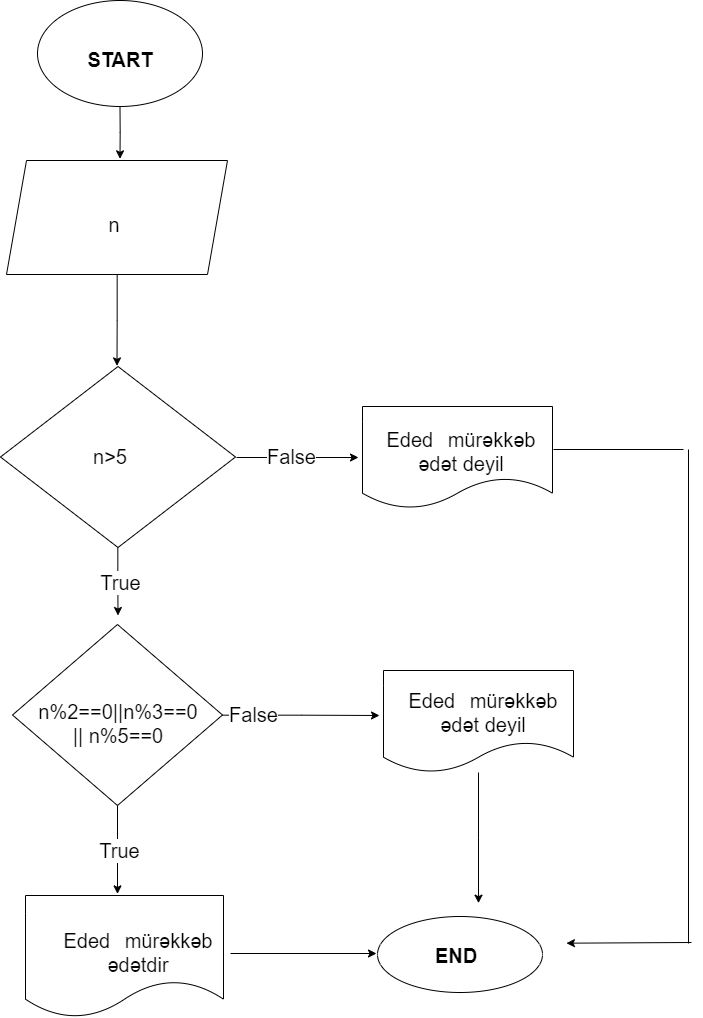
This is Tasklar/Task-5.png from xasiyevsamir/G.Task-3, a draw.io export, as it was before one commit. Source tidied: cells renumbered, new cells last; positions are measured from the earlier drawing's top-left corner, leaving out a move shared by most shapes.
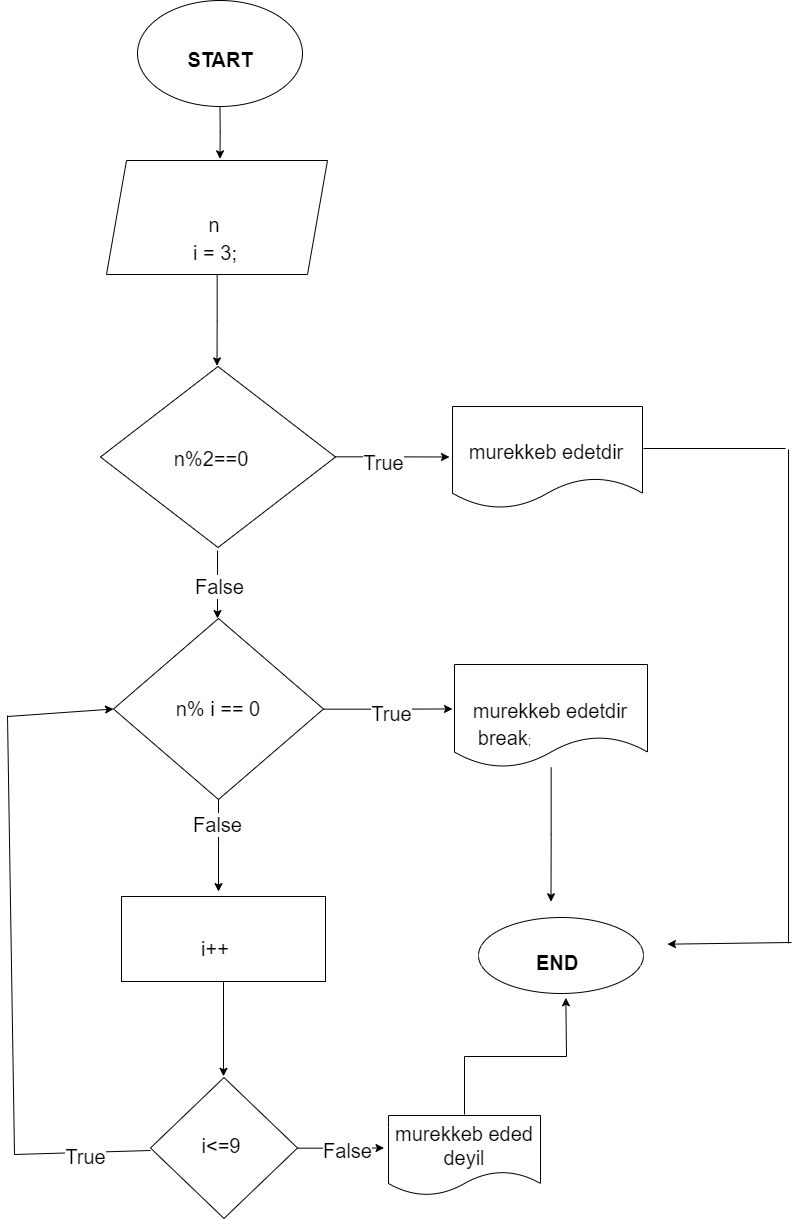
The same file after the commit.

Change to the diagram source:
```diff
@@ -22,100 +22,75 @@
       <mxGeometry x="6" y="160" width="221" height="114" as="geometry" />
     </mxCell>
     <mxCell id="7" style="ellipse;whiteSpace=wrap;html=1;" parent="1" vertex="1">
-      <mxGeometry x="377" y="916" width="165" height="76" as="geometry" />
+      <mxGeometry x="378" y="917" width="165" height="76" as="geometry" />
     </mxCell>
     <mxCell id="8" value="&lt;font style=&quot;font-size: 20px;&quot;&gt;&lt;b&gt;END&lt;/b&gt;&lt;/font&gt;" style="text;html=1;strokeColor=none;fillColor=none;align=center;verticalAlign=middle;whiteSpace=wrap;rounded=0;" parent="1" vertex="1">
-      <mxGeometry x="426" y="940" width="60" height="30" as="geometry" />
+      <mxGeometry x="427" y="947" width="60" height="30" as="geometry" />
     </mxCell>
     <mxCell id="9" style="edgeStyle=orthogonalEdgeStyle;rounded=0;orthogonalLoop=1;jettySize=auto;html=1;exitX=0.5;exitY=1;exitDx=0;exitDy=0;" parent="1" edge="1" source="8" target="8">
       <mxGeometry relative="1" as="geometry" />
     </mxCell>
-    <mxCell id="10" style="edgeStyle=orthogonalEdgeStyle;rounded=0;jettySize=auto;html=1;" parent="1" edge="1" source="12">
+    <mxCell id="10" style="edgeStyle=orthogonalEdgeStyle;rounded=0;orthogonalLoop=1;jettySize=auto;html=1;" parent="1" edge="1">
       <mxGeometry relative="1" as="geometry">
-        <mxPoint x="117.5" y="615" as="targetPoint" />
+        <mxPoint x="117" y="550" as="sourcePoint" />
+        <mxPoint x="117" y="618" as="targetPoint" />
       </mxGeometry>
     </mxCell>
-    <mxCell id="11" value="&lt;font style=&quot;font-size: 20px;&quot;&gt;True&lt;/font&gt;" style="edgeLabel;html=1;align=center;verticalAlign=middle;" parent="10" vertex="1">
+    <mxCell id="11" value="&lt;font style=&quot;font-size: 20px;&quot;&gt;False&lt;/font&gt;" style="edgeLabel;html=1;align=center;verticalAlign=middle;" parent="10" vertex="1">
       <mxGeometry x="0.01" relative="1" as="geometry">
         <mxPoint y="1" as="offset" />
       </mxGeometry>
     </mxCell>
+    <mxCell id="34" style="edgeStyle=orthogonalEdgeStyle;rounded=0;jettySize=auto;html=1;" parent="1" edge="1" source="12">
+      <mxGeometry relative="1" as="geometry">
+        <mxPoint x="349" y="456.5" as="targetPoint" />
+      </mxGeometry>
+    </mxCell>
+    <mxCell id="35" value="&lt;font style=&quot;font-size: 20px;&quot;&gt;True&lt;br&gt;&lt;/font&gt;" style="edgeLabel;html=1;align=center;verticalAlign=middle;" parent="34" vertex="1">
+      <mxGeometry x="-0.2" y="-4" relative="1" as="geometry" />
+    </mxCell>
     <mxCell id="12" style="rhombus;whiteSpace=wrap;html=1;" parent="1" vertex="1">
       <mxGeometry y="366" width="235" height="181" as="geometry" />
     </mxCell>
-    <mxCell id="13" style="endArrow=classic;html=1;rounded=0;" parent="1" edge="1">
-      <mxGeometry relative="1" as="geometry">
-        <mxPoint x="236" y="457" as="sourcePoint" />
-        <mxPoint x="358" y="457" as="targetPoint" />
-      </mxGeometry>
-    </mxCell>
-    <mxCell id="14" value="&lt;font style=&quot;font-size: 20px;&quot;&gt;False&lt;/font&gt;" style="edgeLabel;html=1;align=center;verticalAlign=middle;" parent="13" vertex="1">
-      <mxGeometry x="-0.11" y="3" relative="1" as="geometry" />
-    </mxCell>
-    <mxCell id="15" style="shape=document;whiteSpace=wrap;html=1;boundedLbl=1;" parent="1" vertex="1">
-      <mxGeometry x="25" y="895" width="198" height="122" as="geometry" />
-    </mxCell>
-    <mxCell id="16" value="&lt;span style=&quot;font-size: 20px;&quot;&gt;Eded&amp;nbsp;&amp;nbsp;&lt;/span&gt;&amp;nbsp;&lt;font style=&quot;font-size: 20px;&quot;&gt;mürəkkəb&lt;br&gt;ədət deyil&lt;br&gt;&lt;/font&gt;" style="text;html=1;strokeColor=none;fillColor=none;align=center;verticalAlign=middle;whiteSpace=wrap;rounded=0;" parent="1" vertex="1">
-      <mxGeometry x="393" y="678" width="180" height="67" as="geometry" />
+    <mxCell id="16" value="&lt;font style=&quot;font-size: 20px;&quot;&gt;murekkeb edetdir&lt;br&gt;&lt;/font&gt;" style="text;html=1;strokeColor=none;fillColor=none;align=center;verticalAlign=middle;whiteSpace=wrap;rounded=0;" parent="1" vertex="1">
+      <mxGeometry x="360" y="676" width="180" height="67" as="geometry" />
     </mxCell>
-    <mxCell id="17" style="endArrow=classic;html=1;rounded=0;" parent="1" edge="1">
-      <mxGeometry relative="1" as="geometry">
-        <mxPoint x="230" y="953" as="sourcePoint" />
-        <mxPoint x="376" y="953" as="targetPoint" />
-      </mxGeometry>
-    </mxCell>
     <mxCell id="18" style="endArrow=none;html=1;rounded=0;" parent="1" edge="1">
       <mxGeometry relative="1" as="geometry">
-        <mxPoint x="553" y="449" as="sourcePoint" />
-        <mxPoint x="683" y="449" as="targetPoint" />
+        <mxPoint x="543" y="448" as="sourcePoint" />
+        <mxPoint x="685" y="448" as="targetPoint" />
       </mxGeometry>
     </mxCell>
-    <mxCell id="19" value="&lt;font style=&quot;font-size: 20px;&quot;&gt;n%2==0||n%3==0&lt;br&gt;|| n%5==0&lt;br&gt;&lt;/font&gt;" style="text;html=1;strokeColor=none;fillColor=none;align=center;verticalAlign=middle;whiteSpace=wrap;rounded=0;" parent="1" vertex="1">
-      <mxGeometry x="24" y="684" width="188" height="78" as="geometry" />
-    </mxCell>
     <mxCell id="20" value="&lt;font style=&quot;font-size: 20px;&quot;&gt;n&lt;/font&gt;" style="text;html=1;strokeColor=none;fillColor=none;align=center;verticalAlign=middle;whiteSpace=wrap;rounded=0;" parent="1" vertex="1">
       <mxGeometry x="84" y="209" width="60" height="30" as="geometry" />
     </mxCell>
-    <mxCell id="21" value="&lt;font style=&quot;font-size: 20px;&quot;&gt;n&amp;gt;5&lt;/font&gt;" style="text;html=1;strokeColor=none;fillColor=none;align=center;verticalAlign=middle;whiteSpace=wrap;rounded=0;" parent="1" vertex="1">
-      <mxGeometry x="80" y="441" width="60" height="30" as="geometry" />
+    <mxCell id="21" value="&lt;font style=&quot;vertical-align: inherit; font-size: 20px;&quot;&gt;n%2==0&lt;/font&gt;" style="text;html=1;strokeColor=none;fillColor=none;align=center;verticalAlign=middle;whiteSpace=wrap;rounded=0;" parent="1" vertex="1">
+      <mxGeometry x="81" y="443" width="60" height="30" as="geometry" />
     </mxCell>
-    <mxCell id="22" style="edgeStyle=orthogonalEdgeStyle;rounded=0;jettySize=auto;html=1;" parent="1" edge="1" source="26">
-      <mxGeometry relative="1" as="geometry">
-        <mxPoint x="117" y="893.4" as="targetPoint" />
-      </mxGeometry>
-    </mxCell>
-    <mxCell id="23" value="&lt;font style=&quot;font-size: 20px;&quot;&gt;True&lt;/font&gt;" style="edgeLabel;html=1;align=center;verticalAlign=middle;" parent="22" vertex="1">
-      <mxGeometry x="-0.03" y="1" relative="1" as="geometry">
-        <mxPoint x="-1" as="offset" />
-      </mxGeometry>
-    </mxCell>
-    <mxCell id="24" style="edgeStyle=orthogonalEdgeStyle;rounded=0;jettySize=auto;html=1;" parent="1" edge="1" source="26">
-      <mxGeometry relative="1" as="geometry">
-        <mxPoint x="379" y="715" as="targetPoint" />
-      </mxGeometry>
-    </mxCell>
-    <mxCell id="25" value="&lt;font style=&quot;font-size: 20px;&quot;&gt;False&lt;/font&gt;" style="edgeLabel;html=1;align=center;verticalAlign=middle;" parent="24" vertex="1">
-      <mxGeometry x="-0.6" y="2" relative="1" as="geometry" />
-    </mxCell>
+    <mxCell id="36" style="edgeStyle=orthogonalEdgeStyle;rounded=0;jettySize=auto;html=1;entryX=-0.079;entryY=0.377;entryDx=0;entryDy=0;entryPerimeter=0;" parent="1" edge="1" source="26">
+      <mxGeometry relative="1" as="geometry">
+        <mxPoint x="352" y="708.5" as="targetPoint" />
+      </mxGeometry>
+    </mxCell>
+    <mxCell id="37" value="&lt;font style=&quot;font-size: 20px;&quot;&gt;True&lt;/font&gt;" style="edgeLabel;html=1;align=center;verticalAlign=middle;" parent="36" vertex="1">
+      <mxGeometry x="0.02" y="-2" relative="1" as="geometry" />
+    </mxCell>
+    <mxCell id="38" style="edgeStyle=orthogonalEdgeStyle;rounded=0;jettySize=auto;html=1;" parent="1" edge="1" source="26">
+      <mxGeometry relative="1" as="geometry">
+        <mxPoint x="118" y="891.1" as="targetPoint" />
+      </mxGeometry>
+    </mxCell>
+    <mxCell id="39" value="&lt;font style=&quot;font-size: 20px;&quot;&gt;False&lt;/font&gt;" style="edgeLabel;html=1;align=center;verticalAlign=middle;" parent="38" vertex="1">
+      <mxGeometry x="-0.49" y="-3" relative="1" as="geometry" />
+    </mxCell>
     <mxCell id="26" style="rhombus;whiteSpace=wrap;html=1;fillColor=none;" parent="1" vertex="1">
-      <mxGeometry x="12" y="624" width="210" height="181" as="geometry" />
+      <mxGeometry x="13" y="618" width="210" height="181" as="geometry" />
     </mxCell>
     <mxCell id="27" style="shape=document;whiteSpace=wrap;html=1;boundedLbl=1;" parent="1" vertex="1">
-      <mxGeometry x="362" y="406" width="190" height="102" as="geometry" />
+      <mxGeometry x="352" y="406" width="190" height="102" as="geometry" />
     </mxCell>
-    <mxCell id="28" style="edgeStyle=orthogonalEdgeStyle;rounded=0;jettySize=auto;html=1;" parent="1" edge="1" source="29">
-      <mxGeometry relative="1" as="geometry">
-        <mxPoint x="478" y="902.7" as="targetPoint" />
-      </mxGeometry>
-    </mxCell>
-    <mxCell id="29" style="shape=document;whiteSpace=wrap;html=1;boundedLbl=1;fillColor=none;" parent="1" vertex="1">
-      <mxGeometry x="383" y="670" width="190" height="102" as="geometry" />
-    </mxCell>
-    <mxCell id="30" value="&lt;span style=&quot;font-size: 20px;&quot;&gt;Eded&amp;nbsp;&amp;nbsp;&lt;/span&gt;&amp;nbsp;&lt;font style=&quot;font-size: 20px;&quot;&gt;mürəkkəb&lt;br&gt;ədətdir&lt;br&gt;&lt;/font&gt;" style="text;html=1;strokeColor=none;fillColor=none;align=center;verticalAlign=middle;whiteSpace=wrap;rounded=0;" parent="1" vertex="1">
-      <mxGeometry x="48" y="919" width="180" height="67" as="geometry" />
-    </mxCell>
-    <mxCell id="31" value="&lt;span style=&quot;font-size: 20px;&quot;&gt;Eded&amp;nbsp;&amp;nbsp;&lt;/span&gt;&amp;nbsp;&lt;font style=&quot;font-size: 20px;&quot;&gt;mürəkkəb&lt;br&gt;ədət deyil&lt;br&gt;&lt;/font&gt;" style="text;html=1;strokeColor=none;fillColor=none;align=center;verticalAlign=middle;whiteSpace=wrap;rounded=0;" parent="1" vertex="1">
-      <mxGeometry x="371" y="417" width="180" height="67" as="geometry" />
+    <mxCell id="31" value="&lt;font style=&quot;&quot;&gt;&lt;font style=&quot;font-size: 20px;&quot;&gt;murekkeb edetdir&lt;/font&gt;&lt;br&gt;&lt;/font&gt;" style="text;html=1;strokeColor=none;fillColor=none;align=center;verticalAlign=middle;whiteSpace=wrap;rounded=0;" parent="1" vertex="1">
+      <mxGeometry x="356" y="417" width="180" height="67" as="geometry" />
     </mxCell>
     <mxCell id="32" style="endArrow=none;html=1;rounded=0;" parent="1" edge="1">
       <mxGeometry relative="1" as="geometry">
@@ -128,5 +103,80 @@
         <mxPoint x="691" y="942" as="sourcePoint" />
       </mxGeometry>
     </mxCell>
+    <mxCell id="40" style="edgeStyle=orthogonalEdgeStyle;rounded=0;jettySize=auto;html=1;" parent="1" edge="1" source="41">
+      <mxGeometry relative="1" as="geometry">
+        <mxPoint x="123" y="1075.8" as="targetPoint" />
+      </mxGeometry>
+    </mxCell>
+    <mxCell id="41" style="rounded=0;whiteSpace=wrap;html=1;" parent="1" vertex="1">
+      <mxGeometry x="21" y="896" width="204" height="85" as="geometry" />
+    </mxCell>
+    <mxCell id="42" value="&lt;font style=&quot;font-size: 20px;&quot;&gt;i = 3;&lt;/font&gt;" style="text;html=1;strokeColor=none;fillColor=none;align=center;verticalAlign=middle;whiteSpace=wrap;rounded=0;" parent="1" vertex="1">
+      <mxGeometry x="85" y="237" width="60" height="30" as="geometry" />
+    </mxCell>
+    <mxCell id="43" value="&lt;font style=&quot;font-size: 20px;&quot;&gt;n% i == 0&lt;/font&gt;" style="text;html=1;strokeColor=none;fillColor=none;align=center;verticalAlign=middle;whiteSpace=wrap;rounded=0;" parent="1" vertex="1">
+      <mxGeometry x="30" y="693" width="176" height="30" as="geometry" />
+    </mxCell>
+    <mxCell id="44" style="edgeStyle=orthogonalEdgeStyle;rounded=0;jettySize=auto;html=1;" parent="1" edge="1" source="45">
+      <mxGeometry relative="1" as="geometry">
+        <mxPoint x="450.5" y="901.3" as="targetPoint" />
+      </mxGeometry>
+    </mxCell>
+    <mxCell id="45" style="shape=document;whiteSpace=wrap;html=1;boundedLbl=1;fillColor=none;" parent="1" vertex="1">
+      <mxGeometry x="354" y="664" width="193" height="103" as="geometry" />
+    </mxCell>
+    <mxCell id="46" value="&lt;font style=&quot;font-size: 20px;&quot;&gt;break&lt;/font&gt;;" style="text;html=1;strokeColor=none;fillColor=none;align=center;verticalAlign=middle;whiteSpace=wrap;rounded=0;" parent="1" vertex="1">
+      <mxGeometry x="368" y="722" width="73" height="30" as="geometry" />
+    </mxCell>
+    <mxCell id="47" style="edgeStyle=orthogonalEdgeStyle;rounded=0;jettySize=auto;html=1;" parent="1" edge="1" source="49">
+      <mxGeometry relative="1" as="geometry">
+        <mxPoint x="283.5" y="1147.5" as="targetPoint" />
+      </mxGeometry>
+    </mxCell>
+    <mxCell id="48" value="&lt;font style=&quot;font-size: 20px;&quot;&gt;False&lt;/font&gt;" style="edgeLabel;html=1;align=center;verticalAlign=middle;" parent="47" vertex="1">
+      <mxGeometry x="0.15" relative="1" as="geometry">
+        <mxPoint x="-1" as="offset" />
+      </mxGeometry>
+    </mxCell>
+    <mxCell id="49" style="rhombus;whiteSpace=wrap;html=1;" parent="1" vertex="1">
+      <mxGeometry x="50" y="1077" width="147" height="141" as="geometry" />
+    </mxCell>
+    <mxCell id="50" value="&lt;span style=&quot;font-size: 20px;&quot;&gt;i&amp;lt;=9&lt;/span&gt;" style="text;html=1;strokeColor=none;fillColor=none;align=center;verticalAlign=middle;whiteSpace=wrap;rounded=0;" parent="1" vertex="1">
+      <mxGeometry x="91" y="1130" width="60" height="30" as="geometry" />
+    </mxCell>
+    <mxCell id="51" value="&lt;span style=&quot;font-size: 20px;&quot;&gt;i++&lt;/span&gt;" style="text;html=1;strokeColor=none;fillColor=none;align=center;verticalAlign=middle;whiteSpace=wrap;rounded=0;" parent="1" vertex="1">
+      <mxGeometry x="85" y="933" width="60" height="30" as="geometry" />
+    </mxCell>
+    <mxCell id="52" style="endArrow=none;html=1;rounded=0;" parent="1" edge="1">
+      <mxGeometry relative="1" as="geometry">
+        <mxPoint x="50" y="1150" as="sourcePoint" />
+        <mxPoint x="-86" y="1154" as="targetPoint" />
+      </mxGeometry>
+    </mxCell>
+    <mxCell id="53" value="&lt;font style=&quot;font-size: 20px;&quot;&gt;True&lt;/font&gt;" style="edgeLabel;html=1;align=center;verticalAlign=middle;" parent="52" vertex="1">
+      <mxGeometry x="-0.01" y="2" relative="1" as="geometry" />
+    </mxCell>
+    <mxCell id="54" style="endArrow=none;html=1;rounded=0;" parent="1" edge="1">
+      <mxGeometry relative="1" as="geometry">
+        <mxPoint x="-86" y="1154" as="sourcePoint" />
+        <mxPoint x="-93" y="715" as="targetPoint" />
+      </mxGeometry>
+    </mxCell>
+    <mxCell id="55" style="endArrow=classic;html=1;rounded=0;entryX=0;entryY=0.5;entryDx=0;entryDy=0;" parent="1" edge="1" target="26">
+      <mxGeometry relative="1" as="geometry">
+        <mxPoint x="-93" y="716" as="sourcePoint" />
+      </mxGeometry>
+    </mxCell>
+    <mxCell id="56" style="shape=document;whiteSpace=wrap;html=1;boundedLbl=1;" parent="1" vertex="1">
+      <mxGeometry x="288" y="1115" width="152" height="80" as="geometry" />
+    </mxCell>
+    <mxCell id="57" style="edgeStyle=orthogonalEdgeStyle;rounded=0;jettySize=auto;html=1;" parent="1" edge="1" source="58">
+      <mxGeometry relative="1" as="geometry">
+        <mxPoint x="465.4" y="997.3" as="targetPoint" />
+      </mxGeometry>
+    </mxCell>
+    <mxCell id="58" value="&lt;font style=&quot;font-size: 20px;&quot;&gt;murekkeb eded &lt;br&gt;deyil&lt;/font&gt;" style="text;html=1;strokeColor=none;fillColor=none;align=center;verticalAlign=middle;whiteSpace=wrap;rounded=0;" parent="1" vertex="1">
+      <mxGeometry x="262" y="1114" width="204" height="62" as="geometry" />
+    </mxCell>
   </root>
 </mxGraphModel>
```
